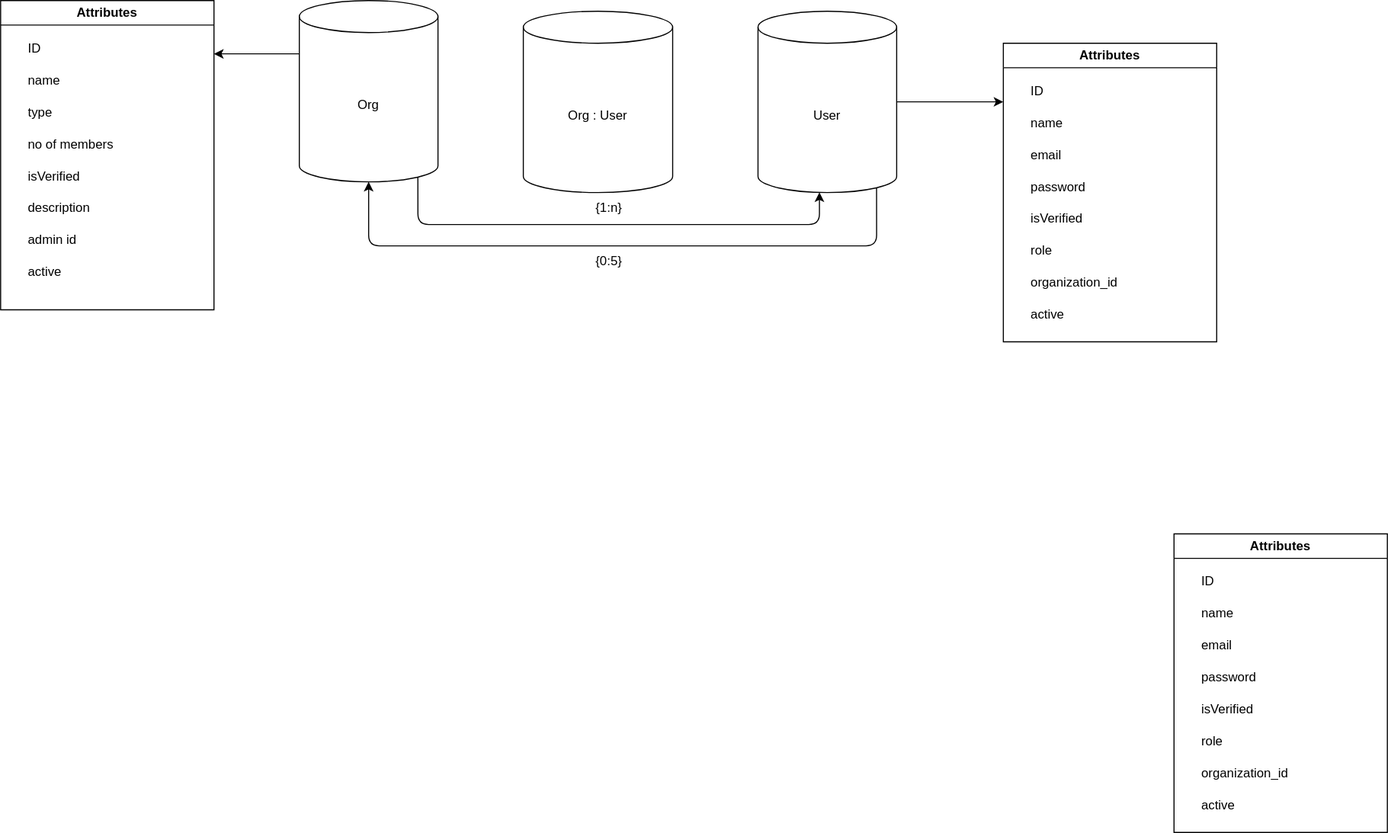
Before: erd.drawio.svg, a diagram exported from draw.io (GaurangTyagi123/logisick). Source tidied: cells renumbered, new cells last; positions are measured from the earlier drawing's top-left corner, leaving out a move shared by most shapes.
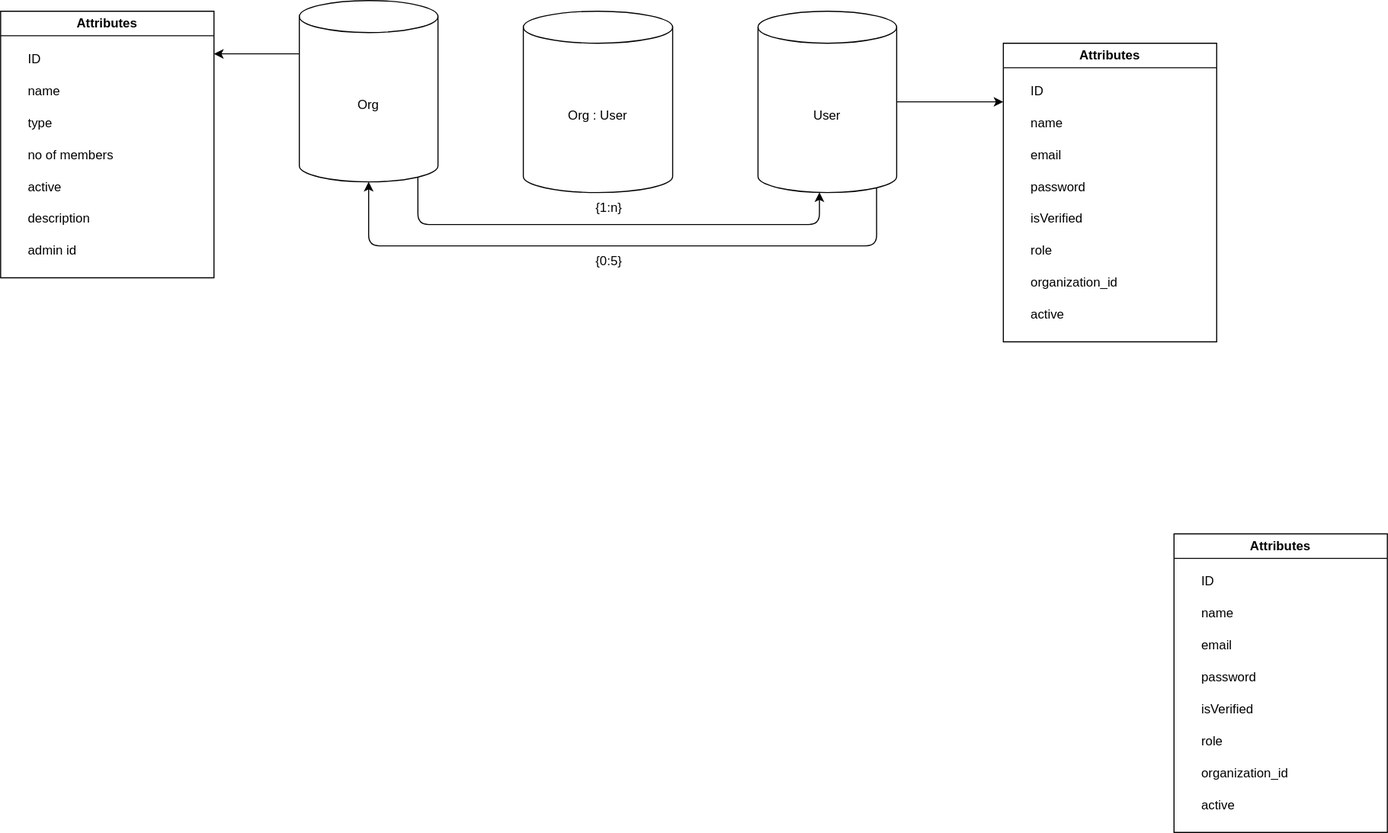
After the commit.

Change to the diagram source:
```diff
@@ -98,7 +98,7 @@
       <mxGeometry x="20" y="240" width="140" height="30" as="geometry" />
     </mxCell>
     <mxCell id="29" value="Attributes" style="swimlane;whiteSpace=wrap;html=1;" parent="1" vertex="1">
-      <mxGeometry width="200" height="290" as="geometry" />
+      <mxGeometry y="10" width="200" height="250" as="geometry" />
     </mxCell>
     <mxCell id="30" value="ID" style="text;strokeColor=none;fillColor=none;align=left;verticalAlign=middle;spacingLeft=4;spacingRight=4;overflow=hidden;whiteSpace=wrap;html=1;" parent="29" vertex="1">
       <mxGeometry x="20" y="30" width="140" height="30" as="geometry" />
@@ -112,14 +112,11 @@
     <mxCell id="33" value="no of members" style="text;strokeColor=none;fillColor=none;align=left;verticalAlign=middle;spacingLeft=4;spacingRight=4;overflow=hidden;whiteSpace=wrap;html=1;" parent="29" vertex="1">
       <mxGeometry x="20" y="120" width="140" height="30" as="geometry" />
     </mxCell>
-    <mxCell id="34" value="isVerified" style="text;strokeColor=none;fillColor=none;align=left;verticalAlign=middle;spacingLeft=4;spacingRight=4;overflow=hidden;whiteSpace=wrap;html=1;" parent="29" vertex="1">
-      <mxGeometry x="20" y="150" width="140" height="30" as="geometry" />
-    </mxCell>
     <mxCell id="35" value="description" style="text;strokeColor=none;fillColor=none;align=left;verticalAlign=middle;spacingLeft=4;spacingRight=4;overflow=hidden;whiteSpace=wrap;html=1;" parent="29" vertex="1">
       <mxGeometry x="20" y="180" width="140" height="30" as="geometry" />
     </mxCell>
     <mxCell id="36" value="active" style="text;strokeColor=none;fillColor=none;align=left;verticalAlign=middle;spacingLeft=4;spacingRight=4;overflow=hidden;whiteSpace=wrap;html=1;" parent="29" vertex="1">
-      <mxGeometry x="20" y="240" width="140" height="30" as="geometry" />
+      <mxGeometry x="20" y="150" width="140" height="30" as="geometry" />
     </mxCell>
     <mxCell id="37" value="admin id" style="text;strokeColor=none;fillColor=none;align=left;verticalAlign=middle;spacingLeft=4;spacingRight=4;overflow=hidden;whiteSpace=wrap;html=1;" parent="29" vertex="1">
       <mxGeometry x="20" y="210" width="140" height="30" as="geometry" />
```
